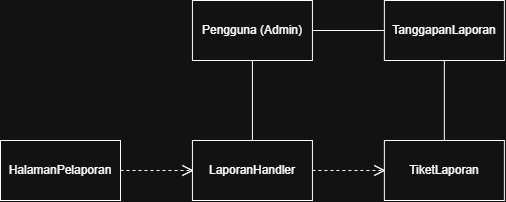
Above: docs/M4/assets/diagram/UC15.png in EdwTorch/IF2150-RPL-K01-G03 (draw.io), before the change. Source tidied: cells renumbered, new cells last; positions are measured from the earlier drawing's top-left corner, leaving out a move shared by most shapes.
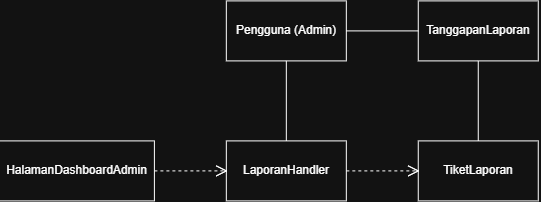
After the change.

Commit message:
docs: mengganti HalamanPelaporan menjadi HalamanDashboardAdmin

The edit, as a diff of the source:
```diff
@@ -5,8 +5,8 @@
     <mxCell id="2" value="Pengguna (Admin)" style="rounded=0;whiteSpace=wrap;html=1;" parent="1" vertex="1">
       <mxGeometry x="191.9" width="120" height="60" as="geometry" />
     </mxCell>
-    <mxCell id="3" value="HalamanPelaporan" style="rounded=0;whiteSpace=wrap;html=1;" parent="1" vertex="1">
-      <mxGeometry y="140" width="120" height="60" as="geometry" />
+    <mxCell id="3" value="HalamanDashboardAdmin" style="rounded=0;whiteSpace=wrap;html=1;" parent="1" vertex="1">
+      <mxGeometry x="-35" y="140" width="155" height="60" as="geometry" />
     </mxCell>
     <mxCell id="4" value="LaporanHandler" style="rounded=0;whiteSpace=wrap;html=1;" parent="1" vertex="1">
       <mxGeometry x="191.9" y="140" width="120" height="60" as="geometry" />
```
